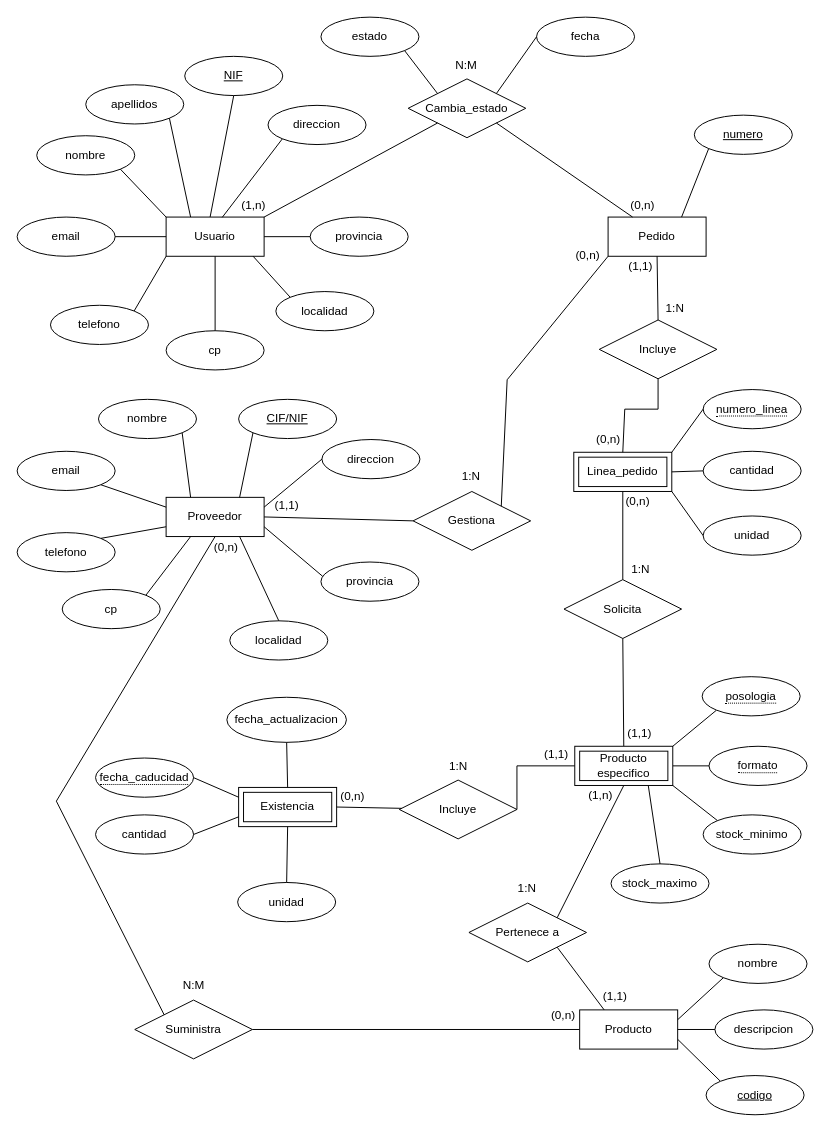
mariopr25/StockAlmacen-ER keeps this draw.io diagram as Diagrama sin título.drawio. Above is the earlier version. Source tidied: cells renumbered, new cells numbered last; positions are measured from the earlier drawing's top-left corner, leaving out a move shared by most shapes. Both pictures are drawn from the tidied source at 98%, with x=0, y=0 at pixel (17, 17).
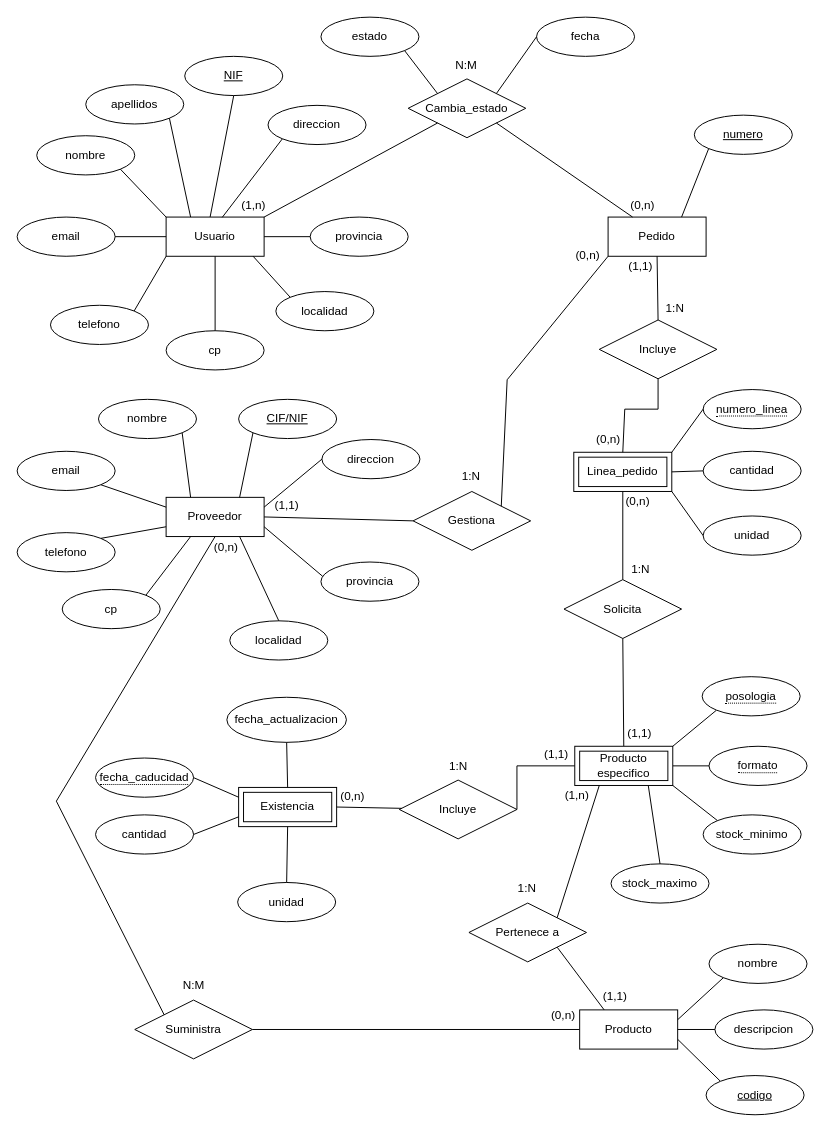
The same diagram, later.

The change refers to these unchanged cells:
```xml
<mxCell id="109" value="Producto especifico" style="shape=ext;margin=3;double=1;whiteSpace=wrap;html=1;align=center;" parent="1" vertex="1">
  <mxGeometry x="569" y="744" width="100" height="40" as="geometry" />
</mxCell>
<mxCell id="110" value="Pertenece a" style="shape=rhombus;perimeter=rhombusPerimeter;whiteSpace=wrap;html=1;align=center;" parent="1" vertex="1">
  <mxGeometry x="461" y="904" width="120" height="60" as="geometry" />
</mxCell>
```

Change to the diagram source:
```diff
@@
-    <mxCell id="112" style="endArrow=none;html=1;rounded=0;exitX=1;exitY=0;exitDx=0;exitDy=0;entryX=0.5;entryY=1;entryDx=0;entryDy=0;" parent="1" edge="1" source="110" target="109">
+    <mxCell id="112" style="endArrow=none;html=1;rounded=0;exitX=1;exitY=0;exitDx=0;exitDy=0;entryX=0.25;entryY=1;entryDx=0;entryDy=0;" parent="1" edge="1" source="110" target="109">
       <mxGeometry relative="1" as="geometry" />
     </mxCell>
     <mxCell id="113" value="(1,n)" style="text;html=1;align=center;verticalAlign=middle;strokeColor=none;fillColor=none;" parent="1" vertex="1">
-      <mxGeometry x="570" y="779" width="50" height="30" as="geometry" />
+      <mxGeometry x="546" y="779" width="50" height="30" as="geometry" />
     </mxCell>
```
